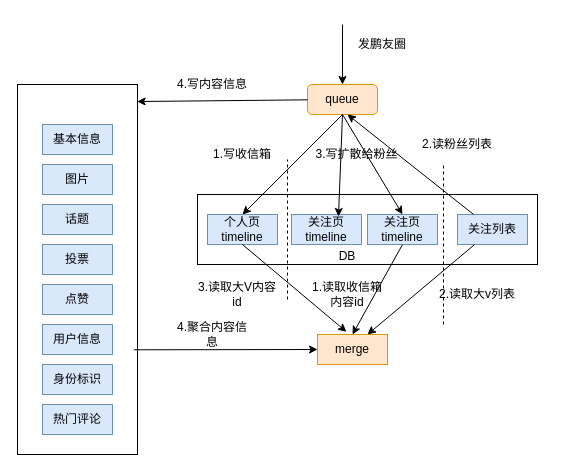
This is arch/feed/arch.drawio from zhangchuhu/drawio, a draw.io file, before an edit. Source tidied: cells renumbered, new cells numbered last; positions are measured from the earlier drawing's top-left corner, leaving out a move shared by most shapes. Both pictures are drawn from the tidied source at 100%, with x=0, y=0 at pixel (17, 24).
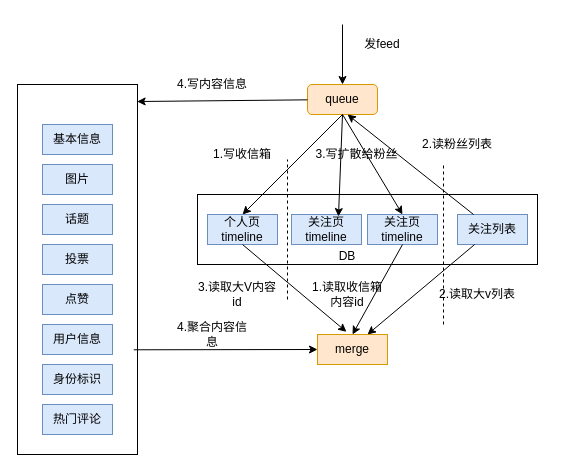
After the change.

Change to the diagram source:
```diff
@@
-    <mxCell id="33" value="发鹏友圈" style="text;html=1;strokeColor=none;fillColor=none;align=center;verticalAlign=middle;whiteSpace=wrap;rounded=0;" parent="1" vertex="1">
+    <mxCell id="33" value="发feed" style="text;html=1;strokeColor=none;fillColor=none;align=center;verticalAlign=middle;whiteSpace=wrap;rounded=0;" parent="1" vertex="1">
       <mxGeometry x="330" y="10" width="70" height="20" as="geometry" />
     </mxCell>
```
